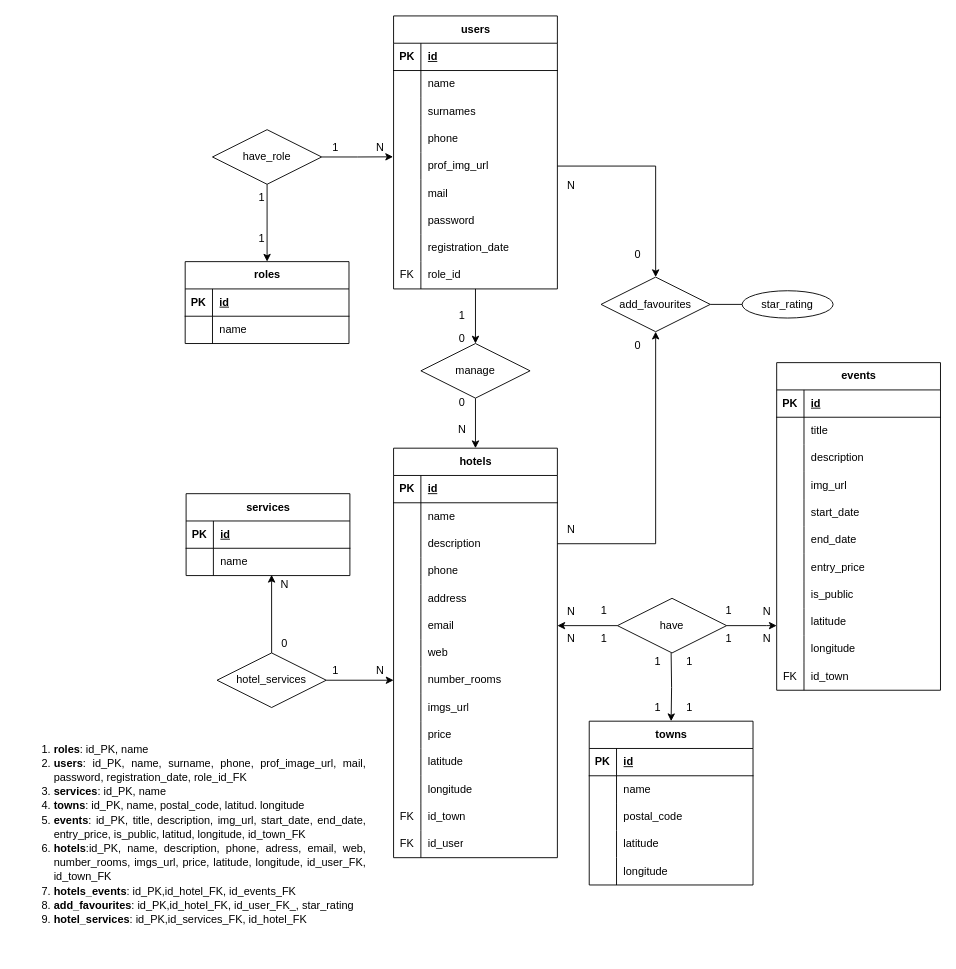
The draw.io diagram c6_hohoHotel.drawio in SerotDev/sru-abi-rlm-project-backend, before the edit. Source tidied: cells renumbered, new cells numbered last; positions are measured from the earlier drawing's top-left corner, leaving out a move shared by most shapes. Both pictures are drawn from the tidied source at 91%, with x=0, y=0 at pixel (15, 15).
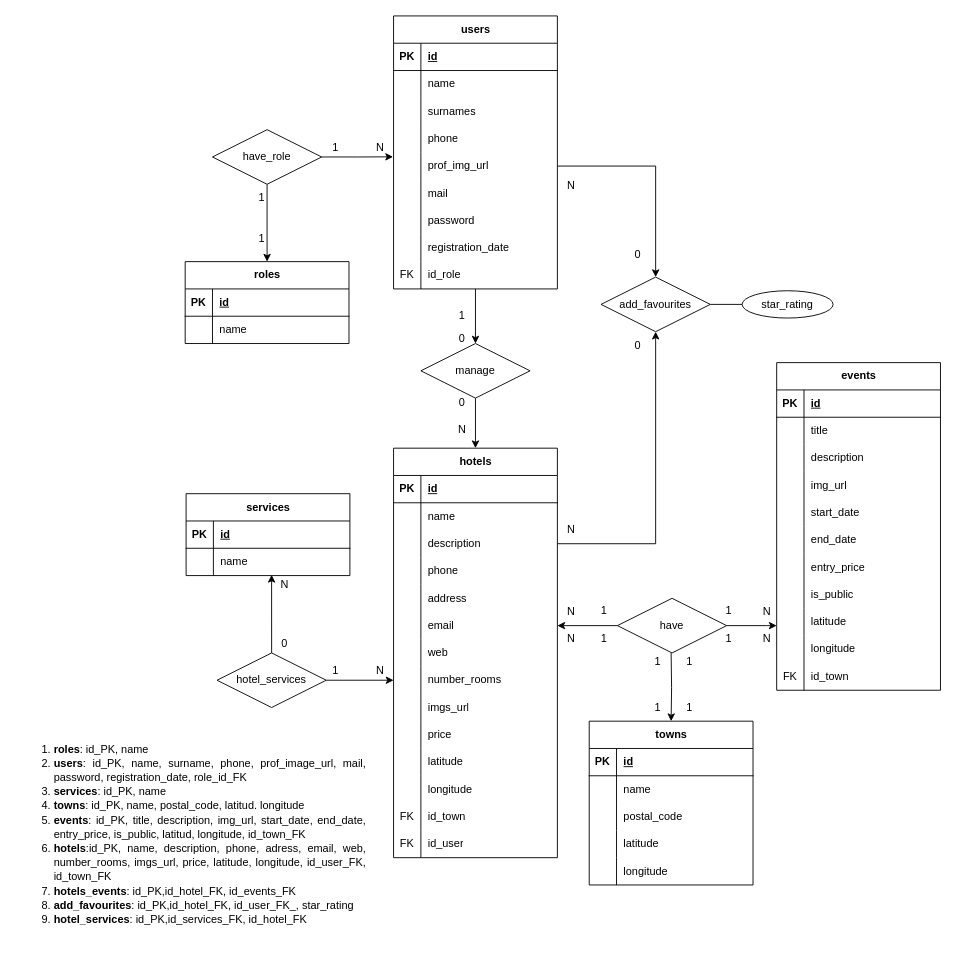
After the change.

Unchanged cells that the change refers to:
```xml
<mxCell id="27" style="shape=tableRow;horizontal=0;startSize=0;swimlaneHead=0;swimlaneBody=0;fillColor=none;top=0;left=0;right=0;bottom=0;" parent="2" vertex="1">
  <mxGeometry y="270" width="180" height="30" as="geometry" />
</mxCell>
```

Change to the diagram source:
```diff
@@
-    <mxCell id="29" value="role_id" style="shape=partialRectangle;fillColor=none;top=0;left=0;bottom=0;right=0;align=left;spacingLeft=6;overflow=hidden;whiteSpace=wrap;html=1;" parent="27" vertex="1">
+    <mxCell id="29" value="id_role" style="shape=partialRectangle;fillColor=none;top=0;left=0;bottom=0;right=0;align=left;spacingLeft=6;overflow=hidden;whiteSpace=wrap;html=1;" parent="27" vertex="1">
       <mxGeometry x="30" width="150" height="30" as="geometry" />
     </mxCell>
```
